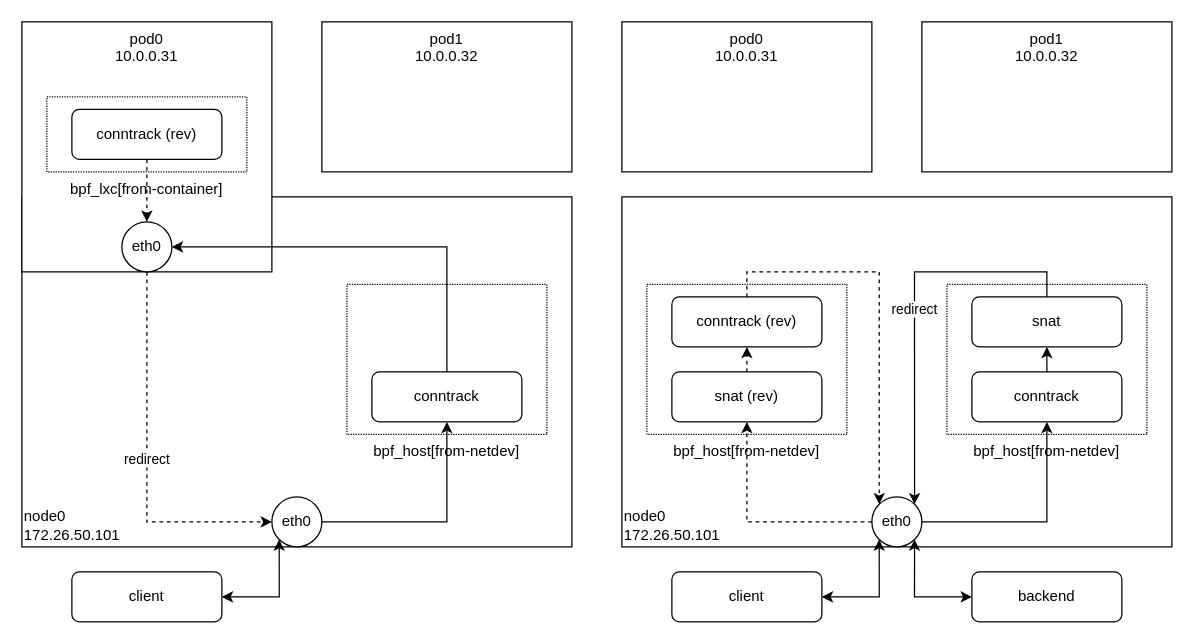
The draw.io diagram page "nodeport.redirect.ipvlan" (10 of 10) of k8s.cilium/cilium.drawio in haruband/codebook, before the edit. Source tidied: cells renumbered, new cells numbered last; positions are measured from the earlier drawing's top-left corner, leaving out a move shared by most shapes. Both pictures are drawn from the tidied source at 125%, with x=0, y=0 at pixel (21, 21).
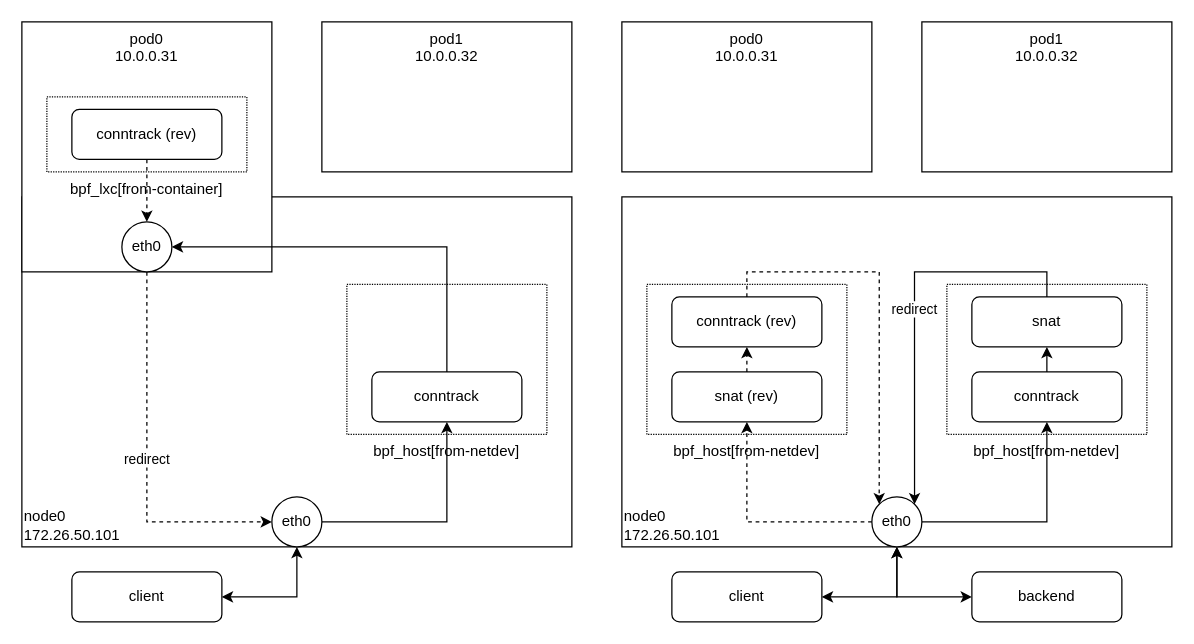
The same diagram, later.

Unchanged cells that the change refers to:
```xml
<mxCell id="7" value="eth0" style="ellipse;whiteSpace=wrap;html=1;fontSize=12;" parent="1" vertex="1">
  <mxGeometry x="200" y="380" width="40" height="40" as="geometry" />
</mxCell>
<mxCell id="9" value="client" style="rounded=1;whiteSpace=wrap;html=1;align=center;" parent="1" vertex="1">
  <mxGeometry x="40" y="440" width="120" height="40" as="geometry" />
</mxCell>
<mxCell id="18" value="eth0" style="ellipse;whiteSpace=wrap;html=1;fontSize=12;" parent="1" vertex="1">
  <mxGeometry x="680" y="380" width="40" height="40" as="geometry" />
</mxCell>
<mxCell id="26" value="client" style="rounded=1;whiteSpace=wrap;html=1;align=center;" parent="1" vertex="1">
  <mxGeometry x="520" y="440" width="120" height="40" as="geometry" />
</mxCell>
<mxCell id="28" value="backend" style="rounded=1;whiteSpace=wrap;html=1;align=center;" parent="1" vertex="1">
  <mxGeometry x="760" y="440" width="120" height="40" as="geometry" />
</mxCell>
```

What changed in the source:
```diff
@@
-    <mxCell id="8" style="edgeStyle=orthogonalEdgeStyle;rounded=0;jettySize=auto;html=1;exitX=1;exitY=0.5;exitDx=0;exitDy=0;entryX=0;entryY=1;entryDx=0;entryDy=0;startFill=1;startArrow=classic;endArrow=classic;endFill=1;" parent="1" edge="1" source="9" target="7">
+    <mxCell id="8" style="edgeStyle=orthogonalEdgeStyle;rounded=0;jettySize=auto;html=1;exitX=1;exitY=0.5;exitDx=0;exitDy=0;entryX=0.5;entryY=1;entryDx=0;entryDy=0;startFill=1;startArrow=classic;endArrow=classic;endFill=1;" parent="1" edge="1" source="9" target="7">
       <mxGeometry relative="1" as="geometry" />
     </mxCell>
@@
-    <mxCell id="25" style="edgeStyle=orthogonalEdgeStyle;rounded=0;jettySize=auto;html=1;exitX=1;exitY=0.5;exitDx=0;exitDy=0;entryX=0;entryY=1;entryDx=0;entryDy=0;startFill=1;startArrow=classic;endArrow=classic;endFill=1;" parent="1" edge="1" source="26" target="18">
+    <mxCell id="25" style="edgeStyle=orthogonalEdgeStyle;rounded=0;jettySize=auto;html=1;exitX=1;exitY=0.5;exitDx=0;exitDy=0;entryX=0.5;entryY=1;entryDx=0;entryDy=0;startFill=1;startArrow=classic;endArrow=classic;endFill=1;" parent="1" edge="1" source="26" target="18">
       <mxGeometry relative="1" as="geometry" />
     </mxCell>
@@
-    <mxCell id="27" style="edgeStyle=orthogonalEdgeStyle;rounded=0;jettySize=auto;html=1;exitX=0;exitY=0.5;exitDx=0;exitDy=0;entryX=1;entryY=1;entryDx=0;entryDy=0;startFill=1;startArrow=classic;endArrow=classic;endFill=1;" parent="1" edge="1" source="28" target="18">
+    <mxCell id="27" style="edgeStyle=orthogonalEdgeStyle;rounded=0;jettySize=auto;html=1;exitX=0;exitY=0.5;exitDx=0;exitDy=0;entryX=0.5;entryY=1;entryDx=0;entryDy=0;startFill=1;startArrow=classic;endArrow=classic;endFill=1;" parent="1" edge="1" source="28" target="18">
       <mxGeometry relative="1" as="geometry" />
     </mxCell>
```
